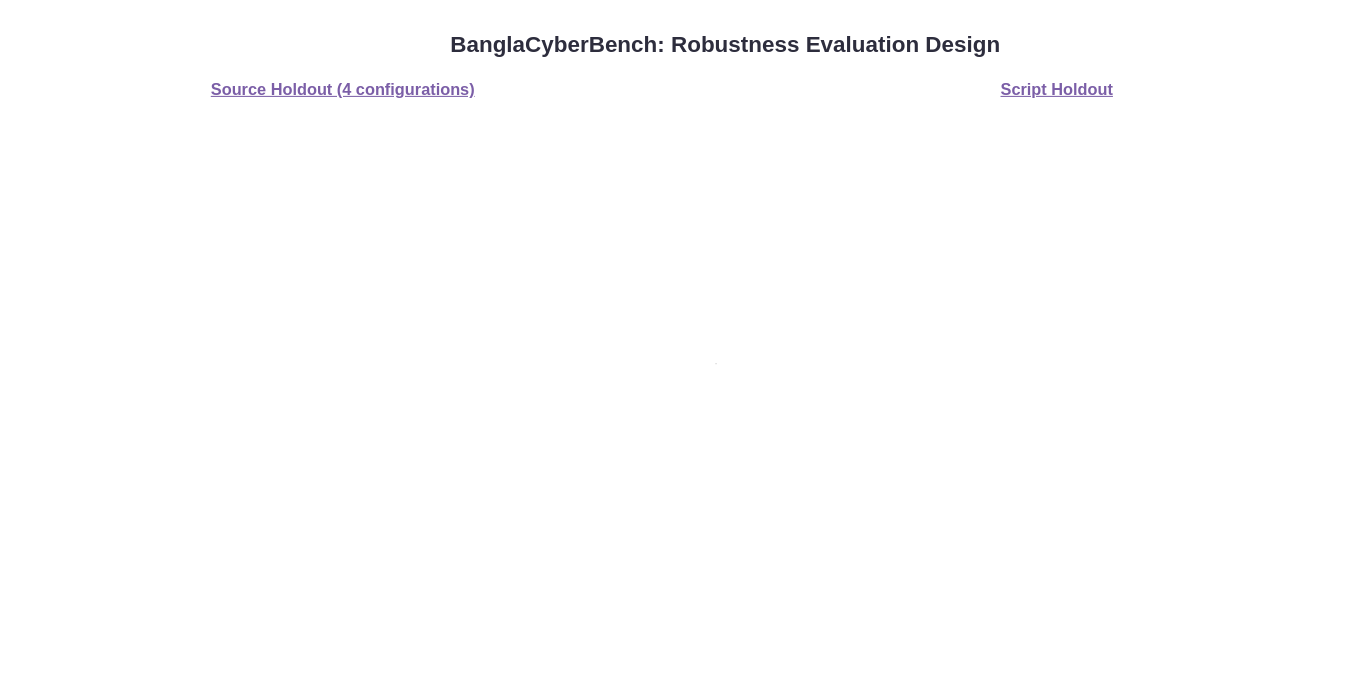
Above: CyberD5.drawio in Sefayet-Alam/Research-Related (draw.io), before the change. Source tidied: cells renumbered, new cells numbered last; positions are measured from the earlier drawing's top-left corner, leaving out a move shared by most shapes. Both pictures are drawn from the tidied source at 102%, with x=0, y=0 at pixel (62, 21).
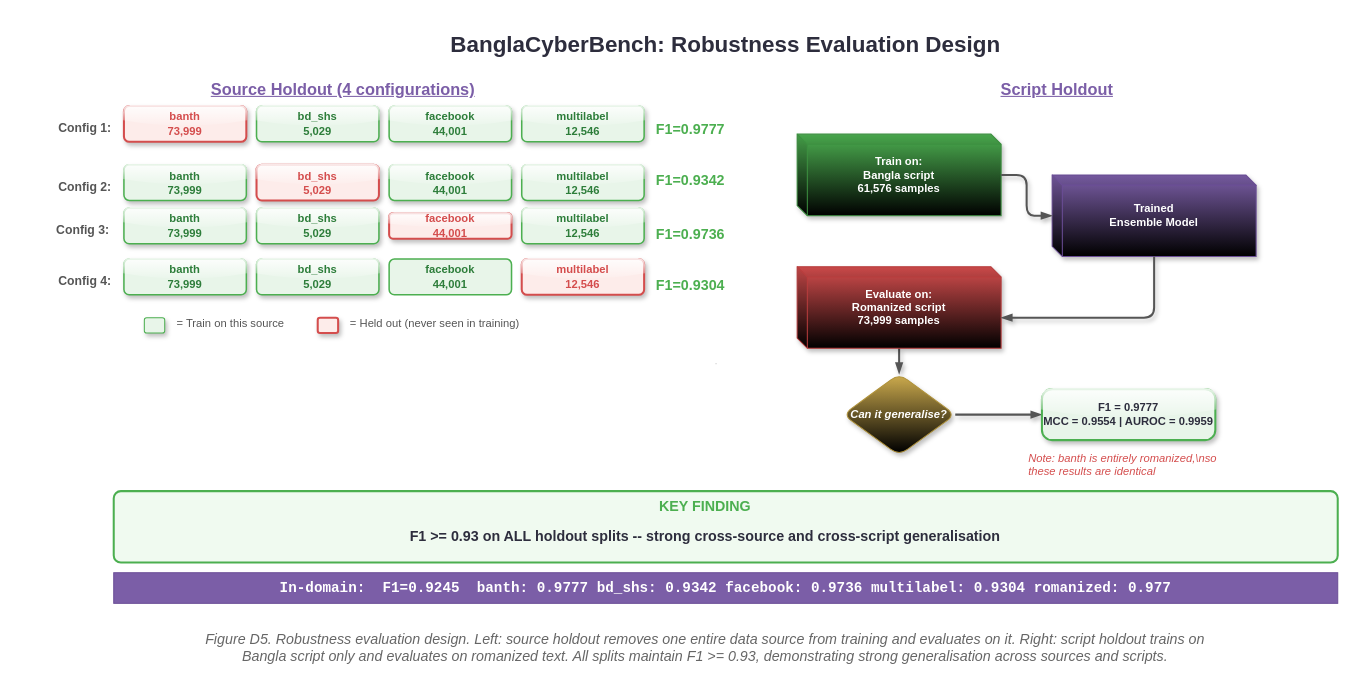
The same page after the edit.

Diff of the diagram source:
```diff
@@
-<mxGraphModel>
+<mxGraphModel background="#ffffff">
@@
+    <mxCell id="7" style="rounded=1;whiteSpace=wrap;arcSize=10;fillColor=#F0FAF0;strokeColor=#4CAF50;strokeWidth=2;" parent="1" vertex="1">
+      <mxGeometry x="50" y="460" width="1200" height="70" as="geometry" />
+    </mxCell>
-    <mxCell id="2" value="BanglaCyberBench: Robustness Evaluation Design" style="text;whiteSpace=wrap;fontSize=22;fontStyle=1;fontFamily=Arial;fontColor=#2D2D3D;align=center;verticalAlign=middle;" parent="1" vertex="1">
+    <mxCell id="2" value="BanglaCyberBench: Robustness Evaluation Design" style="text;whiteSpace=wrap;fontSize=22;fontStyle=1;fontFamily=Arial;fontColor=#2D2D3D;align=center;verticalAlign=middle;shadow=1;glass=1;" parent="1" vertex="1">
       <mxGeometry x="200" width="900" height="45" as="geometry" />
     </mxCell>
-    <mxCell id="3" value="Source Holdout (4 configurations)" style="text;whiteSpace=wrap;fontSize=16;fontStyle=5;fontFamily=Arial;fontColor=#7B5EA7;align=center;" parent="1" vertex="1">
+    <mxCell id="3" value="Source Holdout (4 configurations)" style="text;whiteSpace=wrap;fontSize=16;fontStyle=5;fontFamily=Arial;fontColor=#7B5EA7;align=center;shadow=1;" parent="1" vertex="1">
       <mxGeometry y="50" width="550" height="30" as="geometry" />
     </mxCell>
@@
-    <mxCell id="5" value="Script Holdout" style="text;whiteSpace=wrap;fontSize=16;fontStyle=5;fontFamily=Arial;fontColor=#7B5EA7;align=center;" parent="1" vertex="1">
+    <mxCell id="5" value="Script Holdout" style="text;whiteSpace=wrap;fontSize=16;fontStyle=5;fontFamily=Arial;fontColor=#7B5EA7;align=center;shadow=1;" parent="1" vertex="1">
       <mxGeometry x="700" y="50" width="550" height="30" as="geometry" />
     </mxCell>
@@
+    <mxCell id="8" value="Config 1:" style="text;whiteSpace=wrap;fontSize=12;fontStyle=1;fontFamily=Arial;fontColor=#555555;align=right;shadow=1;glass=1;" parent="1" vertex="1">
+      <mxGeometry x="-40" y="90" width="90" height="20" as="geometry" />
+    </mxCell>
+    <mxCell id="9" value="banth&#10;73,999" style="rounded=1;whiteSpace=wrap;arcSize=15;fillColor=#FDECEA;strokeColor=#D44D4D;strokeWidth=2;fontColor=#D44D4D;fontSize=11;fontStyle=1;fontFamily=Arial;shadow=1;glass=1;" parent="1" vertex="1">
+      <mxGeometry x="60" y="82.5" width="120" height="35" as="geometry" />
+    </mxCell>
+    <mxCell id="10" value="bd_shs&#10;5,029" style="rounded=1;whiteSpace=wrap;arcSize=15;fillColor=#E8F5E9;strokeColor=#4CAF50;strokeWidth=1.5;fontColor=#2D7D3A;fontSize=11;fontStyle=1;fontFamily=Arial;shadow=1;glass=1;" parent="1" vertex="1">
+      <mxGeometry x="190" y="82.5" width="120" height="35" as="geometry" />
+    </mxCell>
+    <mxCell id="11" value="facebook&#10;44,001" style="rounded=1;whiteSpace=wrap;arcSize=15;fillColor=#E8F5E9;strokeColor=#4CAF50;strokeWidth=1.5;fontColor=#2D7D3A;fontSize=11;fontStyle=1;fontFamily=Arial;shadow=1;glass=1;" parent="1" vertex="1">
+      <mxGeometry x="320" y="82.5" width="120" height="35" as="geometry" />
+    </mxCell>
+    <mxCell id="12" value="multilabel&#10;12,546" style="rounded=1;whiteSpace=wrap;arcSize=15;fillColor=#E8F5E9;strokeColor=#4CAF50;strokeWidth=1.5;fontColor=#2D7D3A;fontSize=11;fontStyle=1;fontFamily=Arial;shadow=1;glass=1;" parent="1" vertex="1">
+      <mxGeometry x="450" y="82.5" width="120" height="35" as="geometry" />
+    </mxCell>
+    <mxCell id="13" value="F1=0.9777" style="text;whiteSpace=wrap;fontSize=14;fontStyle=1;fontFamily=Arial;fontColor=#4CAF50;align=left;shadow=1;glass=1;" parent="1" vertex="1">
+      <mxGeometry x="580" y="90" width="70" height="30" as="geometry" />
+    </mxCell>
+    <mxCell id="14" value="Config 2:" style="text;whiteSpace=wrap;fontSize=12;fontStyle=1;fontFamily=Arial;fontColor=#555555;align=right;shadow=1;glass=1;" parent="1" vertex="1">
+      <mxGeometry x="-40" y="147.5" width="90" height="20" as="geometry" />
+    </mxCell>
+    <mxCell id="15" value="F1=0.9342" style="text;whiteSpace=wrap;fontSize=14;fontStyle=1;fontFamily=Arial;fontColor=#4CAF50;align=left;glass=1;shadow=1;" parent="1" vertex="1">
+      <mxGeometry x="580" y="140" width="70" height="30" as="geometry" />
+    </mxCell>
+    <mxCell id="16" value="banth&#10;73,999" style="rounded=1;whiteSpace=wrap;arcSize=15;fillColor=#E8F5E9;strokeColor=#4CAF50;strokeWidth=1.5;fontColor=#2D7D3A;fontSize=11;fontStyle=1;fontFamily=Arial;shadow=1;glass=1;" parent="1" vertex="1">
+      <mxGeometry x="60" y="140" width="120" height="35" as="geometry" />
+    </mxCell>
+    <mxCell id="17" value="bd_shs&#10;5,029" style="rounded=1;whiteSpace=wrap;arcSize=15;fillColor=#FDECEA;strokeColor=#D44D4D;strokeWidth=2;fontColor=#D44D4D;fontSize=11;fontStyle=1;fontFamily=Arial;shadow=1;glass=1;" parent="1" vertex="1">
+      <mxGeometry x="190" y="140" width="120" height="35" as="geometry" />
+    </mxCell>
+    <mxCell id="18" value="facebook&#10;44,001" style="rounded=1;whiteSpace=wrap;arcSize=15;fillColor=#E8F5E9;strokeColor=#4CAF50;strokeWidth=1.5;fontColor=#2D7D3A;fontSize=11;fontStyle=1;fontFamily=Arial;shadow=1;glass=1;" parent="1" vertex="1">
+      <mxGeometry x="320" y="140" width="120" height="35" as="geometry" />
+    </mxCell>
+    <mxCell id="19" value="multilabel&#10;12,546" style="rounded=1;whiteSpace=wrap;arcSize=15;fillColor=#E8F5E9;strokeColor=#4CAF50;strokeWidth=1.5;fontColor=#2D7D3A;fontSize=11;fontStyle=1;fontFamily=Arial;shadow=1;glass=1;" parent="1" vertex="1">
+      <mxGeometry x="450" y="140" width="120" height="35" as="geometry" />
+    </mxCell>
+    <mxCell id="20" value="Config 3:" style="text;whiteSpace=wrap;fontSize=12;fontStyle=1;fontFamily=Arial;fontColor=#555555;align=right;shadow=1;glass=1;" parent="1" vertex="1">
+      <mxGeometry x="-37.5" y="190" width="85" height="20" as="geometry" />
+    </mxCell>
+    <mxCell id="21" value="banth&#10;73,999" style="rounded=1;whiteSpace=wrap;arcSize=15;fillColor=#E8F5E9;strokeColor=#4CAF50;strokeWidth=1.5;fontColor=#2D7D3A;fontSize=11;fontStyle=1;fontFamily=Arial;shadow=1;glass=1;" parent="1" vertex="1">
+      <mxGeometry x="60" y="182.5" width="120" height="35" as="geometry" />
+    </mxCell>
+    <mxCell id="22" value="bd_shs&#10;5,029" style="rounded=1;whiteSpace=wrap;arcSize=15;fillColor=#E8F5E9;strokeColor=#4CAF50;strokeWidth=1.5;fontColor=#2D7D3A;fontSize=11;fontStyle=1;fontFamily=Arial;shadow=1;glass=1;" parent="1" vertex="1">
+      <mxGeometry x="190" y="182.5" width="120" height="35" as="geometry" />
+    </mxCell>
+    <mxCell id="23" value="facebook&#10;44,001" style="rounded=1;whiteSpace=wrap;arcSize=15;fillColor=#FDECEA;strokeColor=#D44D4D;strokeWidth=2;fontColor=#D44D4D;fontSize=11;fontStyle=1;fontFamily=Arial;shadow=1;glass=1;" parent="1" vertex="1">
+      <mxGeometry x="320" y="187.5" width="120" height="25" as="geometry" />
+    </mxCell>
+    <mxCell id="24" value="multilabel&#10;12,546" style="rounded=1;whiteSpace=wrap;arcSize=15;fillColor=#E8F5E9;strokeColor=#4CAF50;strokeWidth=1.5;fontColor=#2D7D3A;fontSize=11;fontStyle=1;fontFamily=Arial;shadow=1;glass=1;" parent="1" vertex="1">
+      <mxGeometry x="450" y="182.5" width="120" height="35" as="geometry" />
+    </mxCell>
+    <mxCell id="25" value="Config 4:" style="text;whiteSpace=wrap;fontSize=12;fontStyle=1;fontFamily=Arial;fontColor=#555555;align=right;shadow=1;glass=1;" parent="1" vertex="1">
+      <mxGeometry x="-40" y="240" width="90" height="20" as="geometry" />
+    </mxCell>
+    <mxCell id="26" value="banth&#10;73,999" style="rounded=1;whiteSpace=wrap;arcSize=15;fillColor=#E8F5E9;strokeColor=#4CAF50;strokeWidth=1.5;fontColor=#2D7D3A;fontSize=11;fontStyle=1;fontFamily=Arial;shadow=1;glass=1;" parent="1" vertex="1">
+      <mxGeometry x="60" y="232.5" width="120" height="35" as="geometry" />
+    </mxCell>
+    <mxCell id="27" value="bd_shs&#10;5,029" style="rounded=1;whiteSpace=wrap;arcSize=15;fillColor=#E8F5E9;strokeColor=#4CAF50;strokeWidth=1.5;fontColor=#2D7D3A;fontSize=11;fontStyle=1;fontFamily=Arial;shadow=1;glass=1;" parent="1" vertex="1">
+      <mxGeometry x="190" y="232.5" width="120" height="35" as="geometry" />
+    </mxCell>
+    <mxCell id="28" value="facebook&#10;44,001" style="rounded=1;whiteSpace=wrap;arcSize=15;fillColor=#E8F5E9;strokeColor=#4CAF50;strokeWidth=1.5;fontColor=#2D7D3A;fontSize=11;fontStyle=1;fontFamily=Arial;" parent="1" vertex="1">
+      <mxGeometry x="320" y="232.5" width="120" height="35" as="geometry" />
+    </mxCell>
+    <mxCell id="29" value="multilabel&#10;12,546" style="rounded=1;whiteSpace=wrap;arcSize=15;fillColor=#FDECEA;strokeColor=#D44D4D;strokeWidth=2;fontColor=#D44D4D;fontSize=11;fontStyle=1;fontFamily=Arial;shadow=1;glass=1;" parent="1" vertex="1">
+      <mxGeometry x="450" y="232.5" width="120" height="35" as="geometry" />
+    </mxCell>
+    <mxCell id="30" value="F1=0.9736" style="text;whiteSpace=wrap;fontSize=14;fontStyle=1;fontFamily=Arial;fontColor=#4CAF50;align=left;shadow=1;glass=1;" parent="1" vertex="1">
+      <mxGeometry x="580" y="192.5" width="70" height="30" as="geometry" />
+    </mxCell>
+    <mxCell id="31" value="F1=0.9304" style="text;whiteSpace=wrap;fontSize=14;fontStyle=1;fontFamily=Arial;fontColor=#4CAF50;align=left;shadow=1;glass=1;" parent="1" vertex="1">
+      <mxGeometry x="580" y="242.5" width="70" height="30" as="geometry" />
+    </mxCell>
+    <mxCell id="32" style="rounded=1;whiteSpace=wrap;arcSize=15;fillColor=#E8F5E9;strokeColor=#4CAF50;strokeWidth=1;shadow=1;" parent="1" vertex="1">
+      <mxGeometry x="80" y="290" width="20" height="15" as="geometry" />
+    </mxCell>
+    <mxCell id="33" value="= Train on this source" style="text;whiteSpace=wrap;fontSize=11;fontFamily=Arial;fontColor=#555555;align=left;shadow=1;" parent="1" vertex="1">
+      <mxGeometry x="110" y="282.5" width="120" height="30" as="geometry" />
+    </mxCell>
+    <mxCell id="34" style="rounded=1;whiteSpace=wrap;arcSize=15;fillColor=#FDECEA;strokeColor=#D44D4D;strokeWidth=2;shadow=1;" parent="1" vertex="1">
+      <mxGeometry x="250" y="290" width="20" height="15" as="geometry" />
+    </mxCell>
+    <mxCell id="35" value="= Held out (never seen in training)" style="text;whiteSpace=wrap;fontSize=11;fontFamily=Arial;fontColor=#555555;align=left;shadow=1;" parent="1" vertex="1">
+      <mxGeometry x="280" y="282.5" width="180" height="30" as="geometry" />
+    </mxCell>
+    <mxCell id="36" value="Train on:&#10;Bangla script&#10;61,576 samples" style="shape=cube;whiteSpace=wrap;size=10;darkOpacity=0.05;darkOpacity2=0.1;fillColor=#4CAF50;strokeColor=#3D9140;fontColor=#FFFFFF;fontSize=11;fontStyle=1;fontFamily=Arial;shadow=1;gradientColor=default;" parent="1" vertex="1">
+      <mxGeometry x="720" y="110" width="200" height="80" as="geometry" />
+    </mxCell>
+    <mxCell id="37" style="edgeStyle=orthogonalEdgeStyle;rounded=1;jettySize=auto;html=1;strokeColor=#555555;strokeWidth=2;align=center;verticalAlign=middle;fontFamily=Helvetica;fontSize=11;fontColor=default;labelBackgroundColor=default;endArrow=blockThin;endFill=1;shadow=1;" parent="1" edge="1" source="38" target="43">
+      <mxGeometry relative="1" as="geometry" />
+    </mxCell>
+    <mxCell id="38" value="Evaluate on:&#10;Romanized script&#10;73,999 samples" style="shape=cube;whiteSpace=wrap;size=10;darkOpacity=0.05;darkOpacity2=0.1;fillColor=#D44D4D;strokeColor=#B93D3D;fontColor=#FFFFFF;fontSize=11;fontStyle=1;fontFamily=Arial;shadow=1;gradientColor=default;" parent="1" vertex="1">
+      <mxGeometry x="720" y="240" width="200" height="80" as="geometry" />
+    </mxCell>
+    <mxCell id="39" value="Trained&#10;Ensemble Model" style="shape=cube;whiteSpace=wrap;size=10;darkOpacity=0.05;darkOpacity2=0.1;fillColor=#7B5EA7;strokeColor=#6B4E97;fontColor=#FFFFFF;fontSize=11;fontStyle=1;fontFamily=Arial;shadow=1;gradientColor=default;" parent="1" vertex="1">
+      <mxGeometry x="970" y="150" width="200" height="80" as="geometry" />
+    </mxCell>
+    <mxCell id="40" style="edgeStyle=orthogonalEdgeStyle;rounded=1;strokeColor=#555555;strokeWidth=2;endArrow=blockThin;endFill=1;shadow=1;" parent="1" edge="1" source="39" target="38">
+      <mxGeometry relative="1" as="geometry">
+        <Array as="points">
+          <mxPoint x="1070" y="290" />
+        </Array>
+      </mxGeometry>
+    </mxCell>
+    <mxCell id="41" style="edgeStyle=orthogonalEdgeStyle;rounded=1;strokeColor=#555555;strokeWidth=2;endArrow=blockThin;endFill=1;shadow=1;" parent="1" edge="1" source="36" target="39">
+      <mxGeometry relative="1" as="geometry" />
+    </mxCell>
+    <mxCell id="42" style="edgeStyle=orthogonalEdgeStyle;rounded=1;jettySize=auto;html=1;entryX=0;entryY=0.5;entryDx=0;entryDy=0;strokeColor=#555555;strokeWidth=2;align=center;verticalAlign=middle;fontFamily=Helvetica;fontSize=11;fontColor=default;labelBackgroundColor=default;endArrow=blockThin;endFill=1;shadow=1;" parent="1" edge="1" source="43" target="44">
+      <mxGeometry relative="1" as="geometry" />
+    </mxCell>
+    <mxCell id="43" value="Can it generalise?" style="rhombus;whiteSpace=wrap;fillColor=#C9A84C;strokeColor=#B0923A;fontColor=#FFFFFF;fontSize=11;fontStyle=3;fontFamily=Arial;shadow=1;rounded=1;gradientColor=default;" parent="1" vertex="1">
+      <mxGeometry x="765" y="345" width="110" height="80" as="geometry" />
+    </mxCell>
+    <mxCell id="44" value="F1 = 0.9777&#10;MCC = 0.9554 | AUROC = 0.9959" style="rounded=1;whiteSpace=wrap;arcSize=20;fillColor=#E8F5E9;strokeColor=#4CAF50;strokeWidth=2;fontColor=#2D2D3D;fontSize=11;fontStyle=1;fontFamily=Arial;shadow=1;glass=1;" parent="1" vertex="1">
+      <mxGeometry x="960" y="360" width="170" height="50" as="geometry" />
+    </mxCell>
+    <mxCell id="45" value="Note: banth is entirely romanized,\nso these results are identical" style="text;whiteSpace=wrap;fontSize=11;fontFamily=Arial;fontColor=#D44D4D;fontStyle=2;align=left;" parent="1" vertex="1">
+      <mxGeometry x="945" y="415" width="200" height="40" as="geometry" />
+    </mxCell>
+    <mxCell id="46" value="KEY FINDING" style="text;whiteSpace=wrap;fontSize=14;fontStyle=1;fontFamily=Arial;fontColor=#4CAF50;align=center;" parent="1" vertex="1">
+      <mxGeometry x="50" y="460" width="1160" height="22" as="geometry" />
+    </mxCell>
+    <mxCell id="47" value="F1 &gt;= 0.93 on ALL holdout splits -- strong cross-source and cross-script generalisation" style="text;whiteSpace=wrap;fontSize=14;fontStyle=1;fontFamily=Arial;fontColor=#2D2D3D;align=center;glass=1;shadow=1;" parent="1" vertex="1">
+      <mxGeometry x="50" y="489" width="1160" height="22" as="geometry" />
+    </mxCell>
+    <mxCell id="48" style="rounded=0;whiteSpace=wrap;fillColor=#7B5EA7;strokeColor=#6B4E97;" parent="1" vertex="1">
+      <mxGeometry x="50" y="540" width="1200" height="30" as="geometry" />
+    </mxCell>
+    <mxCell id="49" value="In-domain:  F1=0.9245  banth: 0.9777          bd_shs: 0.9342          facebook: 0.9736          multilabel: 0.9304          romanized: 0.977" style="text;whiteSpace=wrap;fontSize=14;fontStyle=1;fontFamily=Consolas;fontColor=#FFFFFF;align=center;verticalAlign=middle;shadow=1;glass=1;" parent="1" vertex="1">
+      <mxGeometry x="50" y="540" width="1200" height="30" as="geometry" />
+    </mxCell>
+    <mxCell id="50" value="Figure D5. Robustness evaluation design. Left: source holdout removes one entire data source from training and evaluates on it. Right: script holdout trains on Bangla script only and evaluates on romanized text. All splits maintain F1 &gt;= 0.93, demonstrating strong generalisation across sources and scripts." style="text;whiteSpace=wrap;fontSize=14;fontFamily=Arial;fontColor=#666666;fontStyle=2;align=center;" parent="1" vertex="1">
+      <mxGeometry x="130" y="590" width="1000" height="40" as="geometry" />
+    </mxCell>
```
